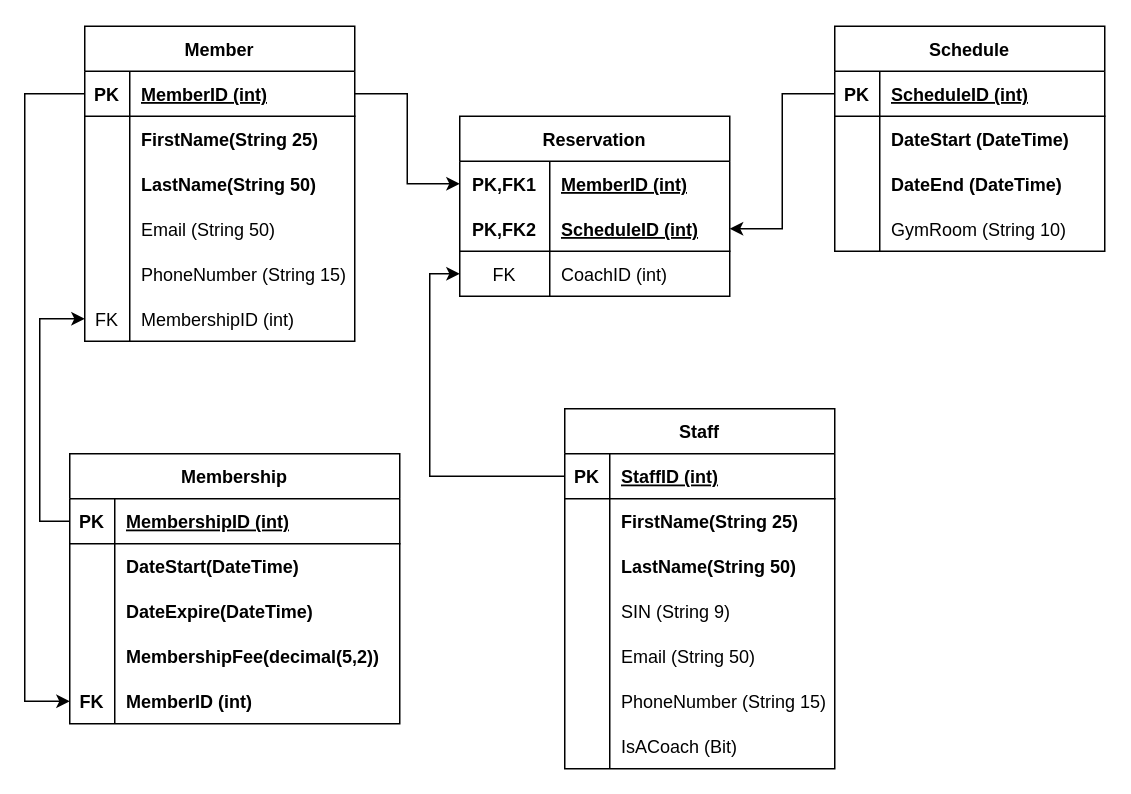
The-Software-Guild/database-design-and-hotel-assessments-hieuchaunguyen keeps this draw.io diagram as DatabaseDesign/DatabaseDesign.drawio. Above is the earlier version. Source tidied: cells renumbered, new cells numbered last; positions are measured from the earlier drawing's top-left corner, leaving out a move shared by most shapes. Both pictures are drawn from the tidied source at 150%, with x=0, y=0 at pixel (24, 26).
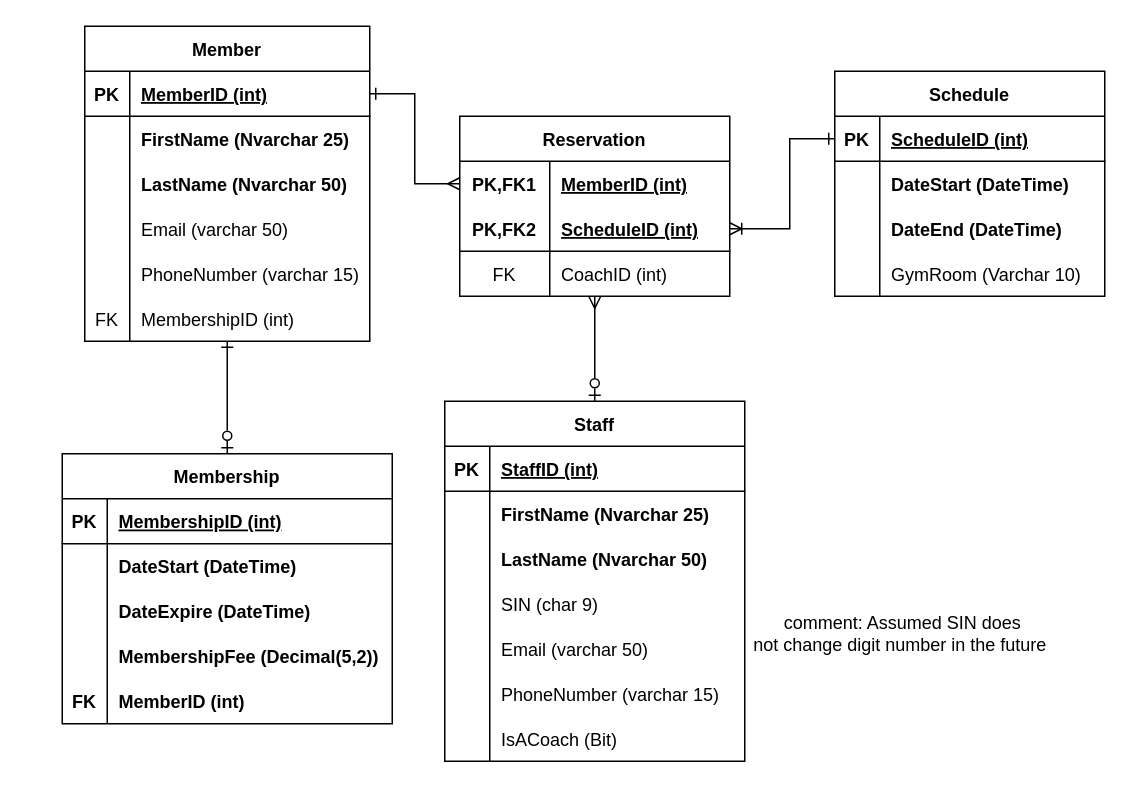
The same page after the edit.

Commit message (it also covers changes not shown here):
Modify relations and some data type

Unchanged cells that the change refers to:
```xml
<mxCell id="22" style="shape=tableRow;horizontal=0;startSize=0;swimlaneHead=0;swimlaneBody=0;fillColor=none;points=[[0,0.5],[1,0.5]];portConstraint=eastwest;top=0;left=0;right=0;bottom=1;" parent="21" vertex="1">
  <mxGeometry y="30" width="220" height="30" as="geometry" />
</mxCell>
<mxCell id="25" style="shape=tableRow;horizontal=0;startSize=0;swimlaneHead=0;swimlaneBody=0;fillColor=none;top=0;left=0;right=0;bottom=0;" parent="21" vertex="1">
  <mxGeometry y="60" width="220" height="30" as="geometry" />
</mxCell>
<mxCell id="28" style="shape=tableRow;horizontal=0;startSize=0;swimlaneHead=0;swimlaneBody=0;fillColor=none;top=0;left=0;right=0;bottom=0;" parent="21" vertex="1">
  <mxGeometry y="90" width="220" height="30" as="geometry" />
</mxCell>
<mxCell id="31" style="shape=tableRow;horizontal=0;startSize=0;swimlaneHead=0;swimlaneBody=0;fillColor=none;top=0;left=0;right=0;bottom=0;" parent="21" vertex="1">
  <mxGeometry y="120" width="220" height="30" as="geometry" />
</mxCell>
<mxCell id="34" style="shape=tableRow;horizontal=0;startSize=0;swimlaneHead=0;swimlaneBody=0;fillColor=none;points=[[0,0.5],[1,0.5]];portConstraint=eastwest;top=0;left=0;right=0;bottom=0;" parent="21" vertex="1">
  <mxGeometry y="150" width="220" height="30" as="geometry" />
</mxCell>
<mxCell id="38" style="shape=tableRow;horizontal=0;startSize=0;swimlaneHead=0;swimlaneBody=0;fillColor=none;points=[[0,0.5],[1,0.5]];portConstraint=eastwest;top=0;left=0;right=0;bottom=1;" parent="37" vertex="1">
  <mxGeometry y="30" width="180" height="30" as="geometry" />
</mxCell>
<mxCell id="47" style="shape=tableRow;horizontal=0;startSize=0;swimlaneHead=0;swimlaneBody=0;fillColor=none;top=0;left=0;right=0;bottom=0;" parent="37" vertex="1">
  <mxGeometry y="120" width="180" height="30" as="geometry" />
</mxCell>
<mxCell id="73" value="Reservation" style="shape=table;startSize=30;childLayout=tableLayout;rowLines=0;fontStyle=1;align=center;" parent="1" vertex="1">
  <mxGeometry x="290" y="60" width="180" height="120" as="geometry" />
</mxCell>
<mxCell id="74" style="shape=tableRow;horizontal=0;startSize=0;swimlaneHead=0;swimlaneBody=0;fillColor=none;points=[[0,0.5],[1,0.5]];portConstraint=eastwest;top=0;left=0;right=0;bottom=0;" parent="73" vertex="1">
  <mxGeometry y="30" width="180" height="30" as="geometry" />
</mxCell>
<mxCell id="77" style="shape=tableRow;horizontal=0;startSize=0;swimlaneHead=0;swimlaneBody=0;fillColor=none;points=[[0,0.5],[1,0.5]];portConstraint=eastwest;top=0;left=0;right=0;bottom=1;" parent="73" vertex="1">
  <mxGeometry y="60" width="180" height="30" as="geometry" />
</mxCell>
<mxCell id="80" style="shape=tableRow;horizontal=0;startSize=0;swimlaneHead=0;swimlaneBody=0;fillColor=none;points=[[0,0.5],[1,0.5]];portConstraint=eastwest;top=0;left=0;right=0;bottom=0;" parent="73" vertex="1">
  <mxGeometry y="90" width="180" height="30" as="geometry" />
</mxCell>
```

What changed in the source:
```diff
@@
     <mxCell id="2" value="Member" style="shape=table;startSize=30;childLayout=tableLayout;rowLines=0;fontStyle=1;align=center;" parent="1" vertex="1">
-      <mxGeometry x="40" width="180" height="210" as="geometry" />
+      <mxGeometry x="40" width="190" height="210" as="geometry" />
     </mxCell>
     <mxCell id="3" style="shape=tableRow;horizontal=0;startSize=0;swimlaneHead=0;swimlaneBody=0;fillColor=none;points=[[0,0.5],[1,0.5]];portConstraint=eastwest;top=0;left=0;right=0;bottom=1;" parent="2" vertex="1">
-      <mxGeometry y="30" width="180" height="30" as="geometry" />
+      <mxGeometry y="30" width="190" height="30" as="geometry" />
     </mxCell>
@@
     <mxCell id="5" value="MemberID (int)" style="shape=partialRectangle;fillColor=none;top=0;left=0;bottom=0;right=0;align=left;spacingLeft=6;fontStyle=5;overflow=hidden;" parent="3" vertex="1">
-      <mxGeometry x="30" width="150" height="30" as="geometry" />
+      <mxGeometry x="30" width="160" height="30" as="geometry" />
     </mxCell>
     <mxCell id="6" style="shape=tableRow;horizontal=0;startSize=0;swimlaneHead=0;swimlaneBody=0;fillColor=none;top=0;left=0;right=0;bottom=0;" parent="2" vertex="1">
-      <mxGeometry y="60" width="180" height="30" as="geometry" />
+      <mxGeometry y="60" width="190" height="30" as="geometry" />
     </mxCell>
@@
-    <mxCell id="8" value="FirstName(String 25)" style="shape=partialRectangle;fillColor=none;top=0;left=0;bottom=0;right=0;align=left;spacingLeft=6;overflow=hidden;fontStyle=1;" parent="6" vertex="1">
-      <mxGeometry x="30" width="150" height="30" as="geometry" />
+    <mxCell id="8" value="FirstName (Nvarchar 25)" style="shape=partialRectangle;fillColor=none;top=0;left=0;bottom=0;right=0;align=left;spacingLeft=6;overflow=hidden;fontStyle=1;" parent="6" vertex="1">
+      <mxGeometry x="30" width="160" height="30" as="geometry" />
     </mxCell>
     <mxCell id="9" style="shape=tableRow;horizontal=0;startSize=0;swimlaneHead=0;swimlaneBody=0;fillColor=none;top=0;left=0;right=0;bottom=0;" parent="2" vertex="1">
-      <mxGeometry y="90" width="180" height="30" as="geometry" />
+      <mxGeometry y="90" width="190" height="30" as="geometry" />
     </mxCell>
@@
-    <mxCell id="11" value="LastName(String 50)" style="shape=partialRectangle;fillColor=none;top=0;left=0;bottom=0;right=0;align=left;spacingLeft=6;overflow=hidden;fontStyle=1;" parent="9" vertex="1">
-      <mxGeometry x="30" width="150" height="30" as="geometry" />
+    <mxCell id="11" value="LastName (Nvarchar 50)" style="shape=partialRectangle;fillColor=none;top=0;left=0;bottom=0;right=0;align=left;spacingLeft=6;overflow=hidden;fontStyle=1;" parent="9" vertex="1">
+      <mxGeometry x="30" width="160" height="30" as="geometry" />
     </mxCell>
     <mxCell id="12" style="shape=tableRow;horizontal=0;startSize=0;swimlaneHead=0;swimlaneBody=0;fillColor=none;top=0;left=0;right=0;bottom=0;" parent="2" vertex="1">
-      <mxGeometry y="120" width="180" height="30" as="geometry" />
+      <mxGeometry y="120" width="190" height="30" as="geometry" />
     </mxCell>
@@
-    <mxCell id="14" value="Email (String 50)" style="shape=partialRectangle;fillColor=none;top=0;left=0;bottom=0;right=0;align=left;spacingLeft=6;overflow=hidden;" parent="12" vertex="1">
-      <mxGeometry x="30" width="150" height="30" as="geometry" />
+    <mxCell id="14" value="Email (varchar 50)" style="shape=partialRectangle;fillColor=none;top=0;left=0;bottom=0;right=0;align=left;spacingLeft=6;overflow=hidden;" parent="12" vertex="1">
+      <mxGeometry x="30" width="160" height="30" as="geometry" />
     </mxCell>
     <mxCell id="15" style="shape=tableRow;horizontal=0;startSize=0;swimlaneHead=0;swimlaneBody=0;fillColor=none;top=0;left=0;right=0;bottom=0;" parent="2" vertex="1">
-      <mxGeometry y="150" width="180" height="30" as="geometry" />
+      <mxGeometry y="150" width="190" height="30" as="geometry" />
     </mxCell>
@@
-    <mxCell id="17" value="PhoneNumber (String 15)" style="shape=partialRectangle;fillColor=none;top=0;left=0;bottom=0;right=0;align=left;spacingLeft=6;overflow=hidden;" parent="15" vertex="1">
-      <mxGeometry x="30" width="150" height="30" as="geometry" />
+    <mxCell id="17" value="PhoneNumber (varchar 15)" style="shape=partialRectangle;fillColor=none;top=0;left=0;bottom=0;right=0;align=left;spacingLeft=6;overflow=hidden;" parent="15" vertex="1">
+      <mxGeometry x="30" width="160" height="30" as="geometry" />
     </mxCell>
     <mxCell id="18" style="shape=tableRow;horizontal=0;startSize=0;swimlaneHead=0;swimlaneBody=0;fillColor=none;points=[[0,0.5],[1,0.5]];portConstraint=eastwest;top=0;left=0;right=0;bottom=0;" parent="2" vertex="1">
-      <mxGeometry y="180" width="180" height="30" as="geometry" />
+      <mxGeometry y="180" width="190" height="30" as="geometry" />
     </mxCell>
@@
     <mxCell id="20" value="MembershipID (int)" style="shape=partialRectangle;fillColor=none;top=0;left=0;bottom=0;right=0;align=left;spacingLeft=6;fontStyle=0;overflow=hidden;" parent="18" vertex="1">
-      <mxGeometry x="30" width="150" height="30" as="geometry" />
+      <mxGeometry x="30" width="160" height="30" as="geometry" />
     </mxCell>
     <mxCell id="21" value="Membership" style="shape=table;startSize=30;childLayout=tableLayout;rowLines=0;fontStyle=1;align=center;" parent="1" vertex="1">
-      <mxGeometry x="30" y="285" width="220" height="180" as="geometry" />
+      <mxGeometry x="25" y="285" width="220" height="180" as="geometry" />
     </mxCell>
@@
-    <mxCell id="27" value="DateStart(DateTime)" style="shape=partialRectangle;fillColor=none;top=0;left=0;bottom=0;right=0;align=left;spacingLeft=6;overflow=hidden;fontStyle=1;" parent="25" vertex="1">
+    <mxCell id="27" value="DateStart (DateTime)" style="shape=partialRectangle;fillColor=none;top=0;left=0;bottom=0;right=0;align=left;spacingLeft=6;overflow=hidden;fontStyle=1;" parent="25" vertex="1">
       <mxGeometry x="30" width="190" height="30" as="geometry" />
     </mxCell>
@@
-    <mxCell id="30" value="DateExpire(DateTime)" style="shape=partialRectangle;fillColor=none;top=0;left=0;bottom=0;right=0;align=left;spacingLeft=6;overflow=hidden;fontStyle=1;" parent="28" vertex="1">
+    <mxCell id="30" value="DateExpire (DateTime)" style="shape=partialRectangle;fillColor=none;top=0;left=0;bottom=0;right=0;align=left;spacingLeft=6;overflow=hidden;fontStyle=1;" parent="28" vertex="1">
       <mxGeometry x="30" width="190" height="30" as="geometry" />
     </mxCell>
@@
-    <mxCell id="33" value="MembershipFee(decimal(5,2))" style="shape=partialRectangle;fillColor=none;top=0;left=0;bottom=0;right=0;align=left;spacingLeft=6;overflow=hidden;fontStyle=1;" parent="31" vertex="1">
+    <mxCell id="33" value="MembershipFee (Decimal(5,2))" style="shape=partialRectangle;fillColor=none;top=0;left=0;bottom=0;right=0;align=left;spacingLeft=6;overflow=hidden;fontStyle=1;" parent="31" vertex="1">
       <mxGeometry x="30" width="190" height="30" as="geometry" />
     </mxCell>
@@
     <mxCell id="37" value="Schedule" style="shape=table;startSize=30;childLayout=tableLayout;rowLines=0;fontStyle=1;align=center;" parent="1" vertex="1">
-      <mxGeometry x="540" width="180" height="150" as="geometry" />
+      <mxGeometry x="540" y="30" width="180" height="150" as="geometry" />
     </mxCell>
@@
-    <mxCell id="49" value="GymRoom (String 10)" style="shape=partialRectangle;fillColor=none;top=0;left=0;bottom=0;right=0;align=left;spacingLeft=6;overflow=hidden;" parent="47" vertex="1">
+    <mxCell id="49" value="GymRoom (Varchar 10)" style="shape=partialRectangle;fillColor=none;top=0;left=0;bottom=0;right=0;align=left;spacingLeft=6;overflow=hidden;" parent="47" vertex="1">
       <mxGeometry x="30" width="150" height="30" as="geometry" />
     </mxCell>
     <mxCell id="50" value="Staff" style="shape=table;startSize=30;childLayout=tableLayout;rowLines=0;fontStyle=1;align=center;" parent="1" vertex="1">
-      <mxGeometry x="360" y="255" width="180" height="240" as="geometry" />
+      <mxGeometry x="280" y="250" width="200" height="240" as="geometry" />
     </mxCell>
     <mxCell id="51" style="shape=tableRow;horizontal=0;startSize=0;swimlaneHead=0;swimlaneBody=0;fillColor=none;points=[[0,0.5],[1,0.5]];portConstraint=eastwest;top=0;left=0;right=0;bottom=1;" parent="50" vertex="1">
-      <mxGeometry y="30" width="180" height="30" as="geometry" />
+      <mxGeometry y="30" width="200" height="30" as="geometry" />
     </mxCell>
@@
     <mxCell id="53" value="StaffID (int)" style="shape=partialRectangle;fillColor=none;top=0;left=0;bottom=0;right=0;align=left;spacingLeft=6;fontStyle=5;overflow=hidden;" parent="51" vertex="1">
-      <mxGeometry x="30" width="150" height="30" as="geometry" />
+      <mxGeometry x="30" width="170" height="30" as="geometry" />
     </mxCell>
     <mxCell id="54" style="shape=tableRow;horizontal=0;startSize=0;swimlaneHead=0;swimlaneBody=0;fillColor=none;top=0;left=0;right=0;bottom=0;" parent="50" vertex="1">
-      <mxGeometry y="60" width="180" height="30" as="geometry" />
+      <mxGeometry y="60" width="200" height="30" as="geometry" />
     </mxCell>
@@
-    <mxCell id="56" value="FirstName(String 25)" style="shape=partialRectangle;fillColor=none;top=0;left=0;bottom=0;right=0;align=left;spacingLeft=6;overflow=hidden;fontStyle=1;" parent="54" vertex="1">
-      <mxGeometry x="30" width="150" height="30" as="geometry" />
+    <mxCell id="56" value="FirstName (Nvarchar 25)" style="shape=partialRectangle;fillColor=none;top=0;left=0;bottom=0;right=0;align=left;spacingLeft=6;overflow=hidden;fontStyle=1;" parent="54" vertex="1">
+      <mxGeometry x="30" width="170" height="30" as="geometry" />
     </mxCell>
     <mxCell id="57" style="shape=tableRow;horizontal=0;startSize=0;swimlaneHead=0;swimlaneBody=0;fillColor=none;top=0;left=0;right=0;bottom=0;" parent="50" vertex="1">
-      <mxGeometry y="90" width="180" height="30" as="geometry" />
+      <mxGeometry y="90" width="200" height="30" as="geometry" />
     </mxCell>
@@
-    <mxCell id="59" value="LastName(String 50)" style="shape=partialRectangle;fillColor=none;top=0;left=0;bottom=0;right=0;align=left;spacingLeft=6;overflow=hidden;fontStyle=1;" parent="57" vertex="1">
-      <mxGeometry x="30" width="150" height="30" as="geometry" />
+    <mxCell id="59" value="LastName (Nvarchar 50)" style="shape=partialRectangle;fillColor=none;top=0;left=0;bottom=0;right=0;align=left;spacingLeft=6;overflow=hidden;fontStyle=1;" parent="57" vertex="1">
+      <mxGeometry x="30" width="170" height="30" as="geometry" />
     </mxCell>
     <mxCell id="60" style="shape=tableRow;horizontal=0;startSize=0;swimlaneHead=0;swimlaneBody=0;fillColor=none;top=0;left=0;right=0;bottom=0;" parent="50" vertex="1">
-      <mxGeometry y="120" width="180" height="30" as="geometry" />
+      <mxGeometry y="120" width="200" height="30" as="geometry" />
     </mxCell>
@@
-    <mxCell id="62" value="SIN (String 9)" style="shape=partialRectangle;fillColor=none;top=0;left=0;bottom=0;right=0;align=left;spacingLeft=6;overflow=hidden;" parent="60" vertex="1">
-      <mxGeometry x="30" width="150" height="30" as="geometry" />
+    <mxCell id="62" value="SIN (char 9)" style="shape=partialRectangle;fillColor=none;top=0;left=0;bottom=0;right=0;align=left;spacingLeft=6;overflow=hidden;" parent="60" vertex="1">
+      <mxGeometry x="30" width="170" height="30" as="geometry" />
     </mxCell>
     <mxCell id="63" style="shape=tableRow;horizontal=0;startSize=0;swimlaneHead=0;swimlaneBody=0;fillColor=none;top=0;left=0;right=0;bottom=0;" parent="50" vertex="1">
-      <mxGeometry y="150" width="180" height="30" as="geometry" />
+      <mxGeometry y="150" width="200" height="30" as="geometry" />
     </mxCell>
@@
-    <mxCell id="65" value="Email (String 50)" style="shape=partialRectangle;fillColor=none;top=0;left=0;bottom=0;right=0;align=left;spacingLeft=6;overflow=hidden;" parent="63" vertex="1">
-      <mxGeometry x="30" width="150" height="30" as="geometry" />
+    <mxCell id="65" value="Email (varchar 50)" style="shape=partialRectangle;fillColor=none;top=0;left=0;bottom=0;right=0;align=left;spacingLeft=6;overflow=hidden;" parent="63" vertex="1">
+      <mxGeometry x="30" width="170" height="30" as="geometry" />
     </mxCell>
     <mxCell id="66" style="shape=tableRow;horizontal=0;startSize=0;swimlaneHead=0;swimlaneBody=0;fillColor=none;top=0;left=0;right=0;bottom=0;" parent="50" vertex="1">
-      <mxGeometry y="180" width="180" height="30" as="geometry" />
+      <mxGeometry y="180" width="200" height="30" as="geometry" />
     </mxCell>
@@
-    <mxCell id="68" value="PhoneNumber (String 15)" style="shape=partialRectangle;fillColor=none;top=0;left=0;bottom=0;right=0;align=left;spacingLeft=6;overflow=hidden;" parent="66" vertex="1">
-      <mxGeometry x="30" width="150" height="30" as="geometry" />
+    <mxCell id="68" value="PhoneNumber (varchar 15)" style="shape=partialRectangle;fillColor=none;top=0;left=0;bottom=0;right=0;align=left;spacingLeft=6;overflow=hidden;" parent="66" vertex="1">
+      <mxGeometry x="30" width="170" height="30" as="geometry" />
     </mxCell>
     <mxCell id="69" style="shape=tableRow;horizontal=0;startSize=0;swimlaneHead=0;swimlaneBody=0;fillColor=none;top=0;left=0;right=0;bottom=0;" parent="50" vertex="1">
-      <mxGeometry y="210" width="180" height="30" as="geometry" />
+      <mxGeometry y="210" width="200" height="30" as="geometry" />
     </mxCell>
@@
     <mxCell id="71" value="IsACoach (Bit)" style="shape=partialRectangle;fillColor=none;top=0;left=0;bottom=0;right=0;align=left;spacingLeft=6;overflow=hidden;" parent="69" vertex="1">
-      <mxGeometry x="30" width="150" height="30" as="geometry" />
+      <mxGeometry x="30" width="170" height="30" as="geometry" />
     </mxCell>
-    <mxCell id="72" style="edgeStyle=orthogonalEdgeStyle;rounded=0;jettySize=auto;html=1;entryX=0;entryY=0.5;entryDx=0;entryDy=0;" parent="1" edge="1" source="22" target="18">
-      <mxGeometry relative="1" as="geometry" />
-    </mxCell>
@@
-    <mxCell id="83" style="edgeStyle=orthogonalEdgeStyle;rounded=0;jettySize=auto;html=1;entryX=0;entryY=0.5;entryDx=0;entryDy=0;" parent="1" edge="1" source="3" target="34">
-      <mxGeometry relative="1" as="geometry">
-        <Array as="points">
-          <mxPoint y="45" />
-          <mxPoint y="450" />
-        </Array>
-      </mxGeometry>
-    </mxCell>
+    <mxCell id="87" style="endArrow=ERone;html=1;rounded=0;entryX=0.5;entryY=1;entryDx=0;entryDy=0;exitX=0.5;exitY=0;exitDx=0;exitDy=0;endFill=0;startArrow=ERzeroToOne;startFill=0;" parent="1" edge="1" source="21" target="2">
+      <mxGeometry relative="1" as="geometry" />
+    </mxCell>
+    <mxCell id="88" style="endArrow=ERmany;html=1;rounded=0;entryX=0.5;entryY=1;entryDx=0;entryDy=0;exitX=0.5;exitY=0;exitDx=0;exitDy=0;startArrow=ERzeroToOne;startFill=0;endFill=0;" parent="1" edge="1" source="50" target="73">
+      <mxGeometry relative="1" as="geometry" />
+    </mxCell>
+    <mxCell id="89" value="comment: Assumed SIN does &lt;br&gt;not change digit number in the future&amp;nbsp;" style="text;html=1;align=center;verticalAlign=middle;strokeColor=none;fillColor=none;" parent="1" vertex="1">
+      <mxGeometry x="480" y="390" width="210" height="30" as="geometry" />
+    </mxCell>
-    <mxCell id="84" style="edgeStyle=orthogonalEdgeStyle;rounded=0;jettySize=auto;html=1;entryX=0;entryY=0.5;entryDx=0;entryDy=0;" parent="1" edge="1" source="3" target="74">
-      <mxGeometry relative="1" as="geometry" />
+    <mxCell id="84" style="endArrow=ERmany;html=1;rounded=0;exitX=1;exitY=0.5;exitDx=0;exitDy=0;entryX=0;entryY=0.5;entryDx=0;entryDy=0;startArrow=ERone;startFill=0;endFill=0;" parent="1" edge="1" source="3" target="74">
+      <mxGeometry relative="1" as="geometry">
+        <Array as="points">
+          <mxPoint x="260" y="45" />
+          <mxPoint x="260" y="105" />
+        </Array>
+      </mxGeometry>
     </mxCell>
-    <mxCell id="85" style="edgeStyle=orthogonalEdgeStyle;rounded=0;jettySize=auto;html=1;entryX=1;entryY=0.5;entryDx=0;entryDy=0;" parent="1" edge="1" source="38" target="77">
-      <mxGeometry relative="1" as="geometry" />
+    <mxCell id="85" style="endArrow=ERoneToMany;html=1;rounded=0;exitX=0;exitY=0.5;exitDx=0;exitDy=0;entryX=1;entryY=0.5;entryDx=0;entryDy=0;startArrow=ERone;startFill=0;endFill=0;" parent="1" edge="1" source="38" target="77">
+      <mxGeometry relative="1" as="geometry">
+        <Array as="points">
+          <mxPoint x="510" y="75" />
+          <mxPoint x="510" y="135" />
+        </Array>
+      </mxGeometry>
     </mxCell>
-    <mxCell id="86" style="edgeStyle=orthogonalEdgeStyle;rounded=0;jettySize=auto;html=1;entryX=0;entryY=0.5;entryDx=0;entryDy=0;" parent="1" edge="1" source="51" target="80">
-      <mxGeometry relative="1" as="geometry" />
-    </mxCell>
```
